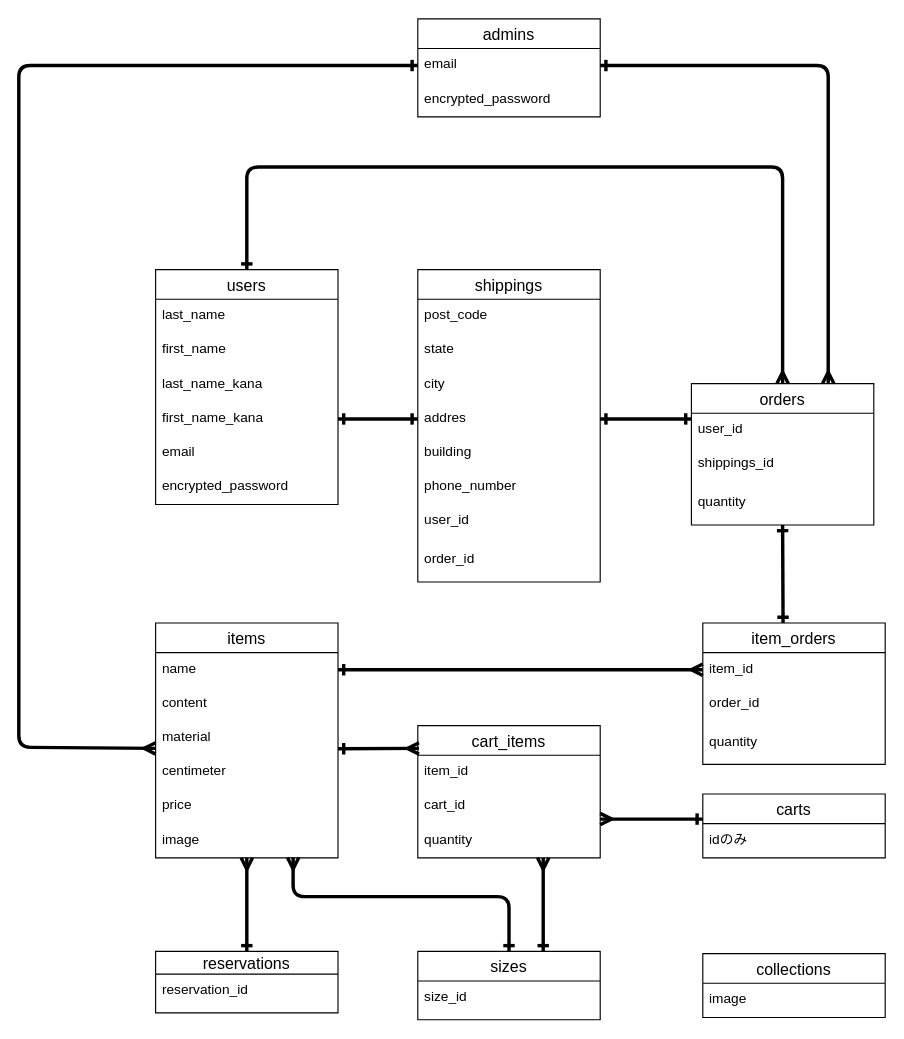
The draw.io diagram er.dio in ap0424ts/nuax_official, before the edit. Source tidied: cells renumbered, new cells numbered last; positions are measured from the earlier drawing's top-left corner, leaving out a move shared by most shapes. Both pictures are drawn from the tidied source at 114%, with x=0, y=0 at pixel (18, 18).
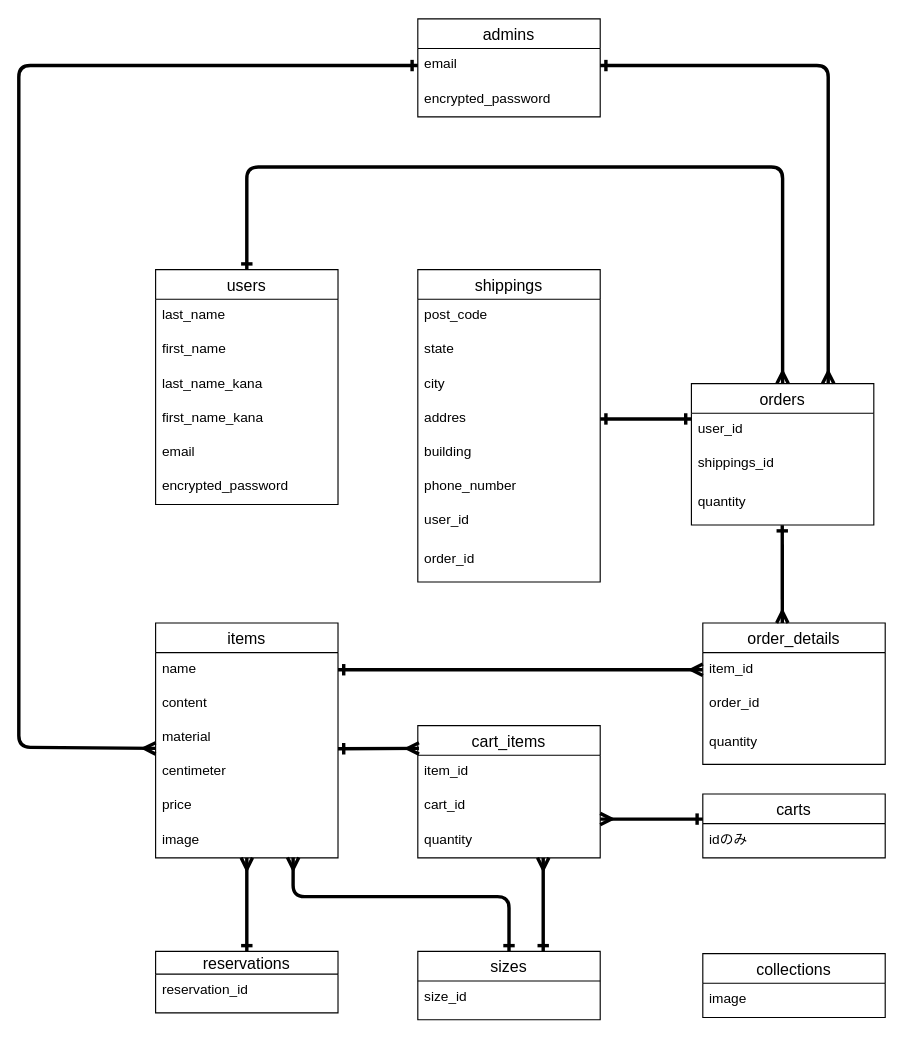
The same diagram, later.

Unchanged cells that the change refers to:
```xml
<mxCell id="6" value="first_name_kana" style="text;strokeColor=none;fillColor=none;spacingLeft=4;spacingRight=4;overflow=hidden;points=[[0,0.5],[1,0.5]];portConstraint=eastwest;fontSize=12;" parent="2" vertex="1">
  <mxGeometry y="116" width="160" height="30" as="geometry" />
</mxCell>
<mxCell id="20" value="addres" style="text;strokeColor=none;fillColor=none;spacingLeft=4;spacingRight=4;overflow=hidden;points=[[0,0.5],[1,0.5]];portConstraint=eastwest;fontSize=12;" parent="16" vertex="1">
  <mxGeometry y="116" width="160" height="30" as="geometry" />
</mxCell>
<mxCell id="37" value="orders" style="swimlane;fontStyle=0;horizontal=1;startSize=26;align=center;fontSize=14;" parent="1" vertex="1">
  <mxGeometry x="590" y="320" width="160" height="124" as="geometry" />
</mxCell>
<mxCell id="40" value="quantity" style="text;strokeColor=none;fillColor=none;spacingLeft=4;spacingRight=4;overflow=hidden;points=[[0,0.5],[1,0.5]];portConstraint=eastwest;fontSize=12;" parent="37" vertex="1">
  <mxGeometry y="90" width="160" height="34" as="geometry" />
</mxCell>
```

The edit, as a diff of the source:
```diff
@@
-    <mxCell id="29" style="fontSize=12;html=1;endArrow=ERone;endFill=0;exitX=1;exitY=0.5;exitDx=0;exitDy=0;startArrow=ERone;startFill=0;entryX=0;entryY=0.5;entryDx=0;entryDy=0;strokeWidth=3;" parent="1" edge="1" source="6" target="20">
-      <mxGeometry relative="1" as="geometry" />
-    </mxCell>
-    <mxCell id="30" style="fontSize=12;html=1;endArrow=ERone;endFill=0;exitX=0.44;exitY=0;exitDx=0;exitDy=0;startArrow=ERone;startFill=0;entryX=0.5;entryY=1;entryDx=0;entryDy=0;strokeWidth=3;exitPerimeter=0;" parent="1" edge="1" source="41" target="37">
-      <mxGeometry relative="1" as="geometry" />
-    </mxCell>
-    <mxCell id="31" style="fontSize=12;html=1;endArrow=ERone;endFill=0;exitX=1;exitY=0.5;exitDx=0;exitDy=0;startArrow=ERone;startFill=0;entryX=0.5;entryY=0;entryDx=0;entryDy=0;strokeWidth=3;strokeColor=none;edgeStyle=orthogonalEdgeStyle;" parent="1" edge="1">
-      <mxGeometry relative="1" as="geometry">
-        <mxPoint x="510" y="350" as="sourcePoint" />
-        <mxPoint x="670" y="540" as="targetPoint" />
-      </mxGeometry>
-    </mxCell>
@@
-    <mxCell id="41" value="item_orders" style="swimlane;fontStyle=0;horizontal=1;startSize=26;align=center;fontSize=14;" parent="1" vertex="1">
+    <mxCell id="41" value="order_details" style="swimlane;fontStyle=0;horizontal=1;startSize=26;align=center;fontSize=14;" parent="1" vertex="1">
       <mxGeometry x="600" y="530" width="160" height="124" as="geometry" />
     </mxCell>
@@
+    <mxCell id="61" style="fontSize=12;html=1;endArrow=ERmany;startArrow=ERone;strokeWidth=3;startFill=0;exitX=0.498;exitY=1.005;exitDx=0;exitDy=0;exitPerimeter=0;entryX=0.436;entryY=0;entryDx=0;entryDy=0;entryPerimeter=0;" parent="1" edge="1" source="40" target="41">
+      <mxGeometry relative="1" as="geometry" />
+    </mxCell>
```
